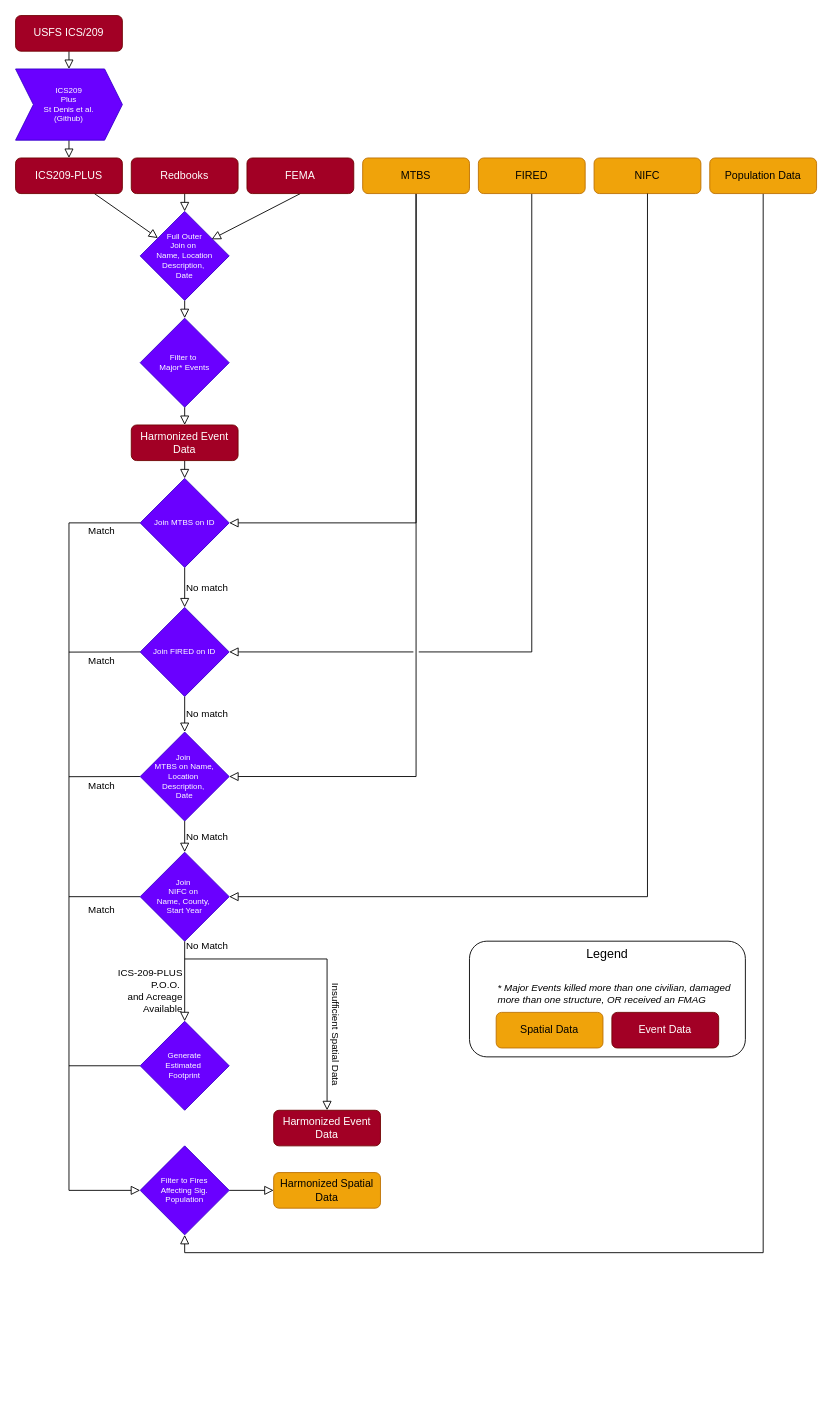
Earlier version of the draw.io diagram docs-site/docs/wildfire_disasters_lite_diagram.drawio (lpiep/wfbz_disasters_lite). Source tidied: cells renumbered, new cells numbered last; positions are measured from the earlier drawing's top-left corner, leaving out a move shared by most shapes. Both pictures are drawn from the tidied source at 89%, with x=0, y=0 at pixel (15, 15).
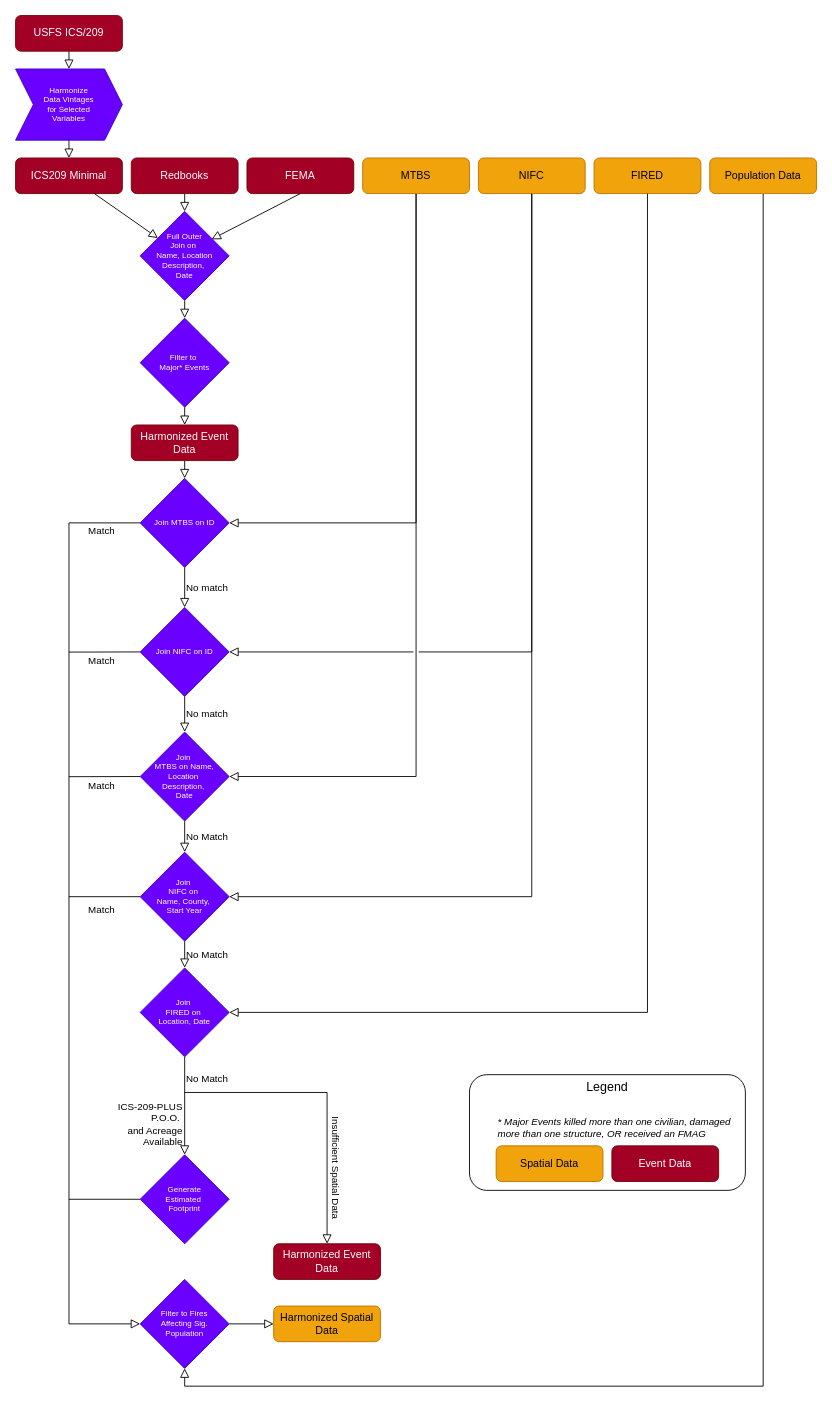
The same page after the edit.

Commit message (it also covers changes not shown here):
standardize individual data set outputs

The change refers to these unchanged cells:
```xml
<mxCell id="25" value="Join MTBS on ID" style="rhombus;whiteSpace=wrap;html=1;fontFamily=Helvetica;fontSize=9;fontColor=#ffffff;labelBackgroundColor=none;fillColor=#6a00ff;strokeColor=#3700CC;" parent="1" vertex="1">
  <mxGeometry x="140" y="520" width="100" height="100" as="geometry" />
</mxCell>
<mxCell id="35" value="Join&amp;nbsp;&lt;div&gt;NIFC on&amp;nbsp;&lt;/div&gt;&lt;div&gt;Name, County,&amp;nbsp;&lt;div style=&quot;font-size: 9px;&quot;&gt;Start Year&lt;/div&gt;&lt;/div&gt;" style="rhombus;whiteSpace=wrap;html=1;fontFamily=Helvetica;fontSize=9;fontColor=#ffffff;labelBackgroundColor=none;fillColor=#6a00ff;strokeColor=#3700CC;" parent="1" vertex="1">
  <mxGeometry x="140" y="940" width="100" height="100" as="geometry" />
</mxCell>
```

The edit, as a diff of the source:
```diff
@@
-    <mxCell id="3" value="ICS209-PLUS" style="rounded=1;whiteSpace=wrap;html=1;fontSize=12;glass=0;strokeWidth=1;shadow=0;fillColor=#a20025;strokeColor=#6F0000;fontColor=#ffffff;" parent="1" vertex="1">
+    <mxCell id="3" value="ICS209 Minimal" style="rounded=1;whiteSpace=wrap;html=1;fontSize=12;glass=0;strokeWidth=1;shadow=0;fillColor=#a20025;strokeColor=#6F0000;fontColor=#ffffff;" parent="1" vertex="1">
       <mxGeometry y="160" width="120" height="40" as="geometry" />
     </mxCell>
@@
-    <mxCell id="12" value="FIRED" style="rounded=1;whiteSpace=wrap;html=1;fontSize=12;glass=0;strokeWidth=1;shadow=0;fillColor=#f0a30a;strokeColor=#BD7000;fontColor=#000000;" parent="1" vertex="1">
+    <mxCell id="12" value="NIFC" style="rounded=1;whiteSpace=wrap;html=1;fontSize=12;glass=0;strokeWidth=1;shadow=0;fillColor=#f0a30a;strokeColor=#BD7000;fontColor=#000000;" parent="1" vertex="1">
       <mxGeometry x="520" y="160" width="120" height="40" as="geometry" />
     </mxCell>
-    <mxCell id="13" value="NIFC" style="rounded=1;whiteSpace=wrap;html=1;fontSize=12;glass=0;strokeWidth=1;shadow=0;fillColor=#f0a30a;strokeColor=#BD7000;fontColor=#000000;" parent="1" vertex="1">
+    <mxCell id="13" value="FIRED" style="rounded=1;whiteSpace=wrap;html=1;fontSize=12;glass=0;strokeWidth=1;shadow=0;fillColor=#f0a30a;strokeColor=#BD7000;fontColor=#000000;" parent="1" vertex="1">
       <mxGeometry x="650" y="160" width="120" height="40" as="geometry" />
     </mxCell>
-    <mxCell id="14" style="rounded=0;html=1;jettySize=auto;fontSize=11;endArrow=block;endFill=0;endSize=8;strokeWidth=1;shadow=0;labelBackgroundColor=none;edgeStyle=orthogonalEdgeStyle;entryX=1;entryY=0.5;entryDx=0;entryDy=0;" parent="1" edge="1" source="13" target="35">
+    <mxCell id="14" style="rounded=0;html=1;jettySize=auto;fontSize=11;endArrow=block;endFill=0;endSize=8;strokeWidth=1;shadow=0;labelBackgroundColor=none;edgeStyle=orthogonalEdgeStyle;entryX=1;entryY=0.5;entryDx=0;entryDy=0;" parent="1" edge="1" source="13" target="60">
       <mxGeometry relative="1" as="geometry">
         <Array as="points">
-          <mxPoint x="710" y="990" />
+          <mxPoint x="710" y="1120" />
         </Array>
       </mxGeometry>
     </mxCell>
@@
-    <mxCell id="18" value="&lt;span style=&quot;font-family: Helvetica; font-size: 9px; font-style: normal; font-variant-ligatures: normal; font-variant-caps: normal; font-weight: 400; letter-spacing: normal; orphans: 2; text-align: center; text-indent: 0px; text-transform: none; widows: 2; word-spacing: 0px; -webkit-text-stroke-width: 0px; white-space: normal; text-decoration-thickness: initial; text-decoration-style: initial; text-decoration-color: initial; float: none; display: inline !important;&quot;&gt;ICS209&lt;/span&gt;&lt;div style=&quot;forced-color-adjust: none; font-family: Helvetica; font-size: 9px; font-style: normal; font-variant-ligatures: normal; font-variant-caps: normal; font-weight: 400; letter-spacing: normal; orphans: 2; text-align: center; text-indent: 0px; text-transform: none; widows: 2; word-spacing: 0px; -webkit-text-stroke-width: 0px; white-space: normal; text-decoration-thickness: initial; text-decoration-style: initial; text-decoration-color: initial;&quot;&gt;Plus&lt;/div&gt;&lt;div style=&quot;forced-color-adjust: none; font-family: Helvetica; font-size: 9px; font-style: normal; font-variant-ligatures: normal; font-variant-caps: normal; font-weight: 400; letter-spacing: normal; orphans: 2; text-align: center; text-indent: 0px; text-transform: none; widows: 2; word-spacing: 0px; -webkit-text-stroke-width: 0px; white-space: normal; text-decoration-thickness: initial; text-decoration-style: initial; text-decoration-color: initial;&quot;&gt;St Denis et al.&lt;/div&gt;(Github)" style="shape=step;perimeter=stepPerimeter;whiteSpace=wrap;html=1;fixedSize=1;fontFamily=Helvetica;fontSize=9;fontColor=#FFFFFF;labelBackgroundColor=none;fillColor=#6a00ff;strokeColor=#3700CC;" parent="1" vertex="1">
+    <mxCell id="18" value="&lt;span style=&quot;font-family: Helvetica; font-size: 9px; font-style: normal; font-variant-ligatures: normal; font-variant-caps: normal; font-weight: 400; letter-spacing: normal; orphans: 2; text-align: center; text-indent: 0px; text-transform: none; widows: 2; word-spacing: 0px; -webkit-text-stroke-width: 0px; white-space: normal; text-decoration-thickness: initial; text-decoration-style: initial; text-decoration-color: initial; float: none; display: inline !important;&quot;&gt;Harmonize&lt;/span&gt;&lt;div style=&quot;forced-color-adjust: none; font-family: Helvetica; font-size: 9px; font-style: normal; font-variant-ligatures: normal; font-variant-caps: normal; font-weight: 400; letter-spacing: normal; orphans: 2; text-align: center; text-indent: 0px; text-transform: none; widows: 2; word-spacing: 0px; -webkit-text-stroke-width: 0px; white-space: normal; text-decoration-thickness: initial; text-decoration-style: initial; text-decoration-color: initial;&quot;&gt;&lt;/div&gt;&lt;div&gt;&lt;span style=&quot;font-family: Helvetica; font-size: 9px; font-style: normal; font-variant-ligatures: normal; font-variant-caps: normal; font-weight: 400; letter-spacing: normal; orphans: 2; text-align: center; text-indent: 0px; text-transform: none; widows: 2; word-spacing: 0px; -webkit-text-stroke-width: 0px; white-space: normal; text-decoration-thickness: initial; text-decoration-style: initial; text-decoration-color: initial; float: none; display: inline !important;&quot;&gt;Data Vintages&lt;/span&gt;&lt;/div&gt;&lt;div&gt;&lt;span style=&quot;font-family: Helvetica; font-size: 9px; font-style: normal; font-variant-ligatures: normal; font-variant-caps: normal; font-weight: 400; letter-spacing: normal; orphans: 2; text-align: center; text-indent: 0px; text-transform: none; widows: 2; word-spacing: 0px; -webkit-text-stroke-width: 0px; white-space: normal; text-decoration-thickness: initial; text-decoration-style: initial; text-decoration-color: initial; float: none; display: inline !important;&quot;&gt;for Selected&lt;/span&gt;&lt;/div&gt;&lt;div&gt;&lt;span style=&quot;font-family: Helvetica; font-size: 9px; font-style: normal; font-variant-ligatures: normal; font-variant-caps: normal; font-weight: 400; letter-spacing: normal; orphans: 2; text-align: center; text-indent: 0px; text-transform: none; widows: 2; word-spacing: 0px; -webkit-text-stroke-width: 0px; white-space: normal; text-decoration-thickness: initial; text-decoration-style: initial; text-decoration-color: initial; float: none; display: inline !important;&quot;&gt;Variables&lt;/span&gt;&lt;/div&gt;" style="shape=step;perimeter=stepPerimeter;whiteSpace=wrap;html=1;fixedSize=1;fontFamily=Helvetica;fontSize=9;fontColor=#FFFFFF;labelBackgroundColor=none;fillColor=#6a00ff;strokeColor=#3700CC;" parent="1" vertex="1">
       <mxGeometry y="60" width="120" height="80" as="geometry" />
     </mxCell>
@@
     <mxCell id="24" style="edgeStyle=orthogonalEdgeStyle;shape=connector;rounded=0;jumpStyle=gap;jettySize=auto;html=1;exitX=0;exitY=0.5;exitDx=0;exitDy=0;entryX=0;entryY=0.5;entryDx=0;entryDy=0;shadow=0;strokeColor=default;strokeWidth=1;align=left;verticalAlign=middle;fontFamily=Helvetica;fontSize=11;fontColor=default;labelBackgroundColor=none;endArrow=block;endFill=0;endSize=8;" parent="1" edge="1" source="25" target="49">
       <mxGeometry relative="1" as="geometry">
         <Array as="points">
           <mxPoint x="60" y="570" />
-          <mxPoint x="60" y="1320" />
+          <mxPoint x="60" y="1470" />
         </Array>
       </mxGeometry>
     </mxCell>
@@
-    <mxCell id="28" value="Join FIRED on ID" style="rhombus;whiteSpace=wrap;html=1;fontFamily=Helvetica;fontSize=9;fontColor=#ffffff;labelBackgroundColor=none;fillColor=#6a00ff;strokeColor=#3700CC;" parent="1" vertex="1">
+    <mxCell id="28" value="Join NIFC on ID" style="rhombus;whiteSpace=wrap;html=1;fontFamily=Helvetica;fontSize=9;fontColor=#ffffff;labelBackgroundColor=none;fillColor=#6a00ff;strokeColor=#3700CC;" parent="1" vertex="1">
       <mxGeometry x="140" y="665" width="100" height="100" as="geometry" />
     </mxCell>
@@
-    <mxCell id="32" style="edgeStyle=orthogonalEdgeStyle;shape=connector;rounded=0;jumpStyle=gap;jettySize=auto;html=1;exitX=0.5;exitY=1;exitDx=0;exitDy=0;shadow=0;strokeColor=default;strokeWidth=1;align=left;verticalAlign=middle;fontFamily=Helvetica;fontSize=11;fontColor=default;labelBackgroundColor=none;endArrow=block;endFill=0;endSize=8;entryX=0.5;entryY=0;entryDx=0;entryDy=0;" parent="1" edge="1" source="35" target="37">
-      <mxGeometry relative="1" as="geometry">
-        <Array as="points">
-          <mxPoint x="190" y="1100" />
-          <mxPoint x="190" y="1100" />
-        </Array>
-      </mxGeometry>
+    <mxCell id="32" style="edgeStyle=orthogonalEdgeStyle;shape=connector;rounded=0;jumpStyle=gap;jettySize=auto;html=1;exitX=0.5;exitY=1;exitDx=0;exitDy=0;shadow=0;strokeColor=default;strokeWidth=1;align=left;verticalAlign=middle;fontFamily=Helvetica;fontSize=11;fontColor=default;labelBackgroundColor=none;endArrow=block;endFill=0;endSize=8;entryX=0.5;entryY=0;entryDx=0;entryDy=0;" parent="1" edge="1" source="60" target="37">
+      <mxGeometry relative="1" as="geometry" />
     </mxCell>
     <mxCell id="33" style="edgeStyle=orthogonalEdgeStyle;shape=connector;rounded=0;jumpStyle=gap;jettySize=auto;html=1;shadow=0;strokeColor=default;strokeWidth=1;align=left;verticalAlign=middle;fontFamily=Helvetica;fontSize=11;fontColor=default;labelBackgroundColor=none;endArrow=block;endFill=0;endSize=8;entryX=0.5;entryY=0;entryDx=0;entryDy=0;" parent="1" edge="1" target="47">
       <mxGeometry relative="1" as="geometry">
-        <mxPoint x="190" y="1060" as="sourcePoint" />
+        <mxPoint x="190" y="1210" as="sourcePoint" />
         <Array as="points">
-          <mxPoint x="350" y="1060" />
+          <mxPoint x="350" y="1210" />
         </Array>
       </mxGeometry>
     </mxCell>
@@
     <mxCell id="36" style="edgeStyle=orthogonalEdgeStyle;shape=connector;rounded=0;jumpStyle=gap;jettySize=auto;html=1;exitX=0;exitY=0.5;exitDx=0;exitDy=0;shadow=0;strokeColor=default;strokeWidth=1;align=left;verticalAlign=middle;fontFamily=Helvetica;fontSize=11;fontColor=default;labelBackgroundColor=none;endArrow=none;endFill=0;endSize=8;" parent="1" edge="1" source="37">
       <mxGeometry relative="1" as="geometry">
-        <mxPoint x="60" y="1180" as="targetPoint" />
+        <mxPoint x="60" y="1330" as="targetPoint" />
       </mxGeometry>
     </mxCell>
     <mxCell id="37" value="Generate&lt;div style=&quot;font-size: 9px;&quot;&gt;Estimated&amp;nbsp;&lt;/div&gt;&lt;div style=&quot;font-size: 9px;&quot;&gt;Footprint&lt;/div&gt;" style="rhombus;whiteSpace=wrap;html=1;fontFamily=Helvetica;fontSize=9;fontColor=#ffffff;labelBackgroundColor=none;fillColor=#6a00ff;strokeColor=#3700CC;" parent="1" vertex="1">
-      <mxGeometry x="140" y="1130" width="100" height="100" as="geometry" />
+      <mxGeometry x="140" y="1280" width="100" height="100" as="geometry" />
     </mxCell>
     <mxCell id="38" value="No Match" style="text;html=1;align=left;verticalAlign=middle;whiteSpace=wrap;rounded=0;fontFamily=Helvetica;fontSize=11;fontColor=default;labelBackgroundColor=none;" parent="1" vertex="1">
-      <mxGeometry x="190" y="1030" width="60" height="30" as="geometry" />
+      <mxGeometry x="190" y="1180" width="60" height="30" as="geometry" />
     </mxCell>
     <mxCell id="39" value="ICS-209-PLUS P.O.O.&amp;nbsp;&lt;div&gt;and Acreage Available&lt;/div&gt;" style="text;html=1;align=right;verticalAlign=middle;whiteSpace=wrap;rounded=0;fontFamily=Helvetica;fontSize=11;fontColor=default;labelBackgroundColor=none;" parent="1" vertex="1">
-      <mxGeometry x="90" y="1070" width="100" height="51" as="geometry" />
+      <mxGeometry x="90" y="1220" width="100" height="51" as="geometry" />
     </mxCell>
     <mxCell id="40" value="Insufficient Spatial Data" style="text;html=1;align=center;verticalAlign=middle;whiteSpace=wrap;rounded=0;fontFamily=Helvetica;fontSize=11;fontColor=default;labelBackgroundColor=none;rotation=90;" parent="1" vertex="1">
-      <mxGeometry x="290" y="1130" width="140" height="30" as="geometry" />
+      <mxGeometry x="290" y="1280" width="140" height="30" as="geometry" />
     </mxCell>
@@
     <mxCell id="47" value="Harmonized Event Data" style="rounded=1;whiteSpace=wrap;html=1;fontSize=12;glass=0;strokeWidth=1;shadow=0;fillColor=#a20025;strokeColor=#6F0000;fontColor=#ffffff;" parent="1" vertex="1">
-      <mxGeometry x="290" y="1230" width="120" height="40" as="geometry" />
+      <mxGeometry x="290" y="1380" width="120" height="40" as="geometry" />
     </mxCell>
@@
     <mxCell id="49" value="Filter to Fires&lt;div&gt;Affecting Sig.&lt;/div&gt;&lt;div&gt;Population&lt;/div&gt;" style="rhombus;whiteSpace=wrap;html=1;fontFamily=Helvetica;fontSize=9;fontColor=#ffffff;labelBackgroundColor=none;fillColor=#6a00ff;strokeColor=#3700CC;" parent="1" vertex="1">
-      <mxGeometry x="140" y="1270" width="100" height="100" as="geometry" />
+      <mxGeometry x="140" y="1420" width="100" height="100" as="geometry" />
     </mxCell>
@@
     <mxCell id="52" value="Harmonized Spatial Data" style="rounded=1;whiteSpace=wrap;html=1;fontSize=12;glass=0;strokeWidth=1;shadow=0;fillColor=#f0a30a;strokeColor=#BD7000;fontColor=#000000;" parent="1" vertex="1">
-      <mxGeometry x="290" y="1300" width="120" height="40" as="geometry" />
+      <mxGeometry x="290" y="1450" width="120" height="40" as="geometry" />
     </mxCell>
     <mxCell id="53" style="rounded=1;whiteSpace=wrap;html=1;fontFamily=Helvetica;fontSize=11;fontColor=default;labelBackgroundColor=none;" parent="1" vertex="1">
-      <mxGeometry x="510" y="1040" width="310" height="130" as="geometry" />
+      <mxGeometry x="510" y="1190" width="310" height="130" as="geometry" />
     </mxCell>
     <mxCell id="54" style="group;" parent="1" vertex="1">
-      <mxGeometry x="540" y="1080" width="280" height="80" as="geometry" />
+      <mxGeometry x="540" y="1230" width="280" height="80" as="geometry" />
     </mxCell>
@@
     <mxCell id="58" value="Legend" style="text;html=1;align=center;verticalAlign=middle;whiteSpace=wrap;rounded=0;fontFamily=Helvetica;fontSize=14;fontColor=default;labelBackgroundColor=none;" parent="1" vertex="1">
-      <mxGeometry x="635" y="1039" width="60" height="30" as="geometry" />
+      <mxGeometry x="635" y="1189" width="60" height="30" as="geometry" />
     </mxCell>
+    <mxCell id="59" style="rounded=0;html=1;jettySize=auto;orthogonalLoop=1;fontSize=11;endArrow=block;endFill=0;endSize=8;strokeWidth=1;shadow=0;labelBackgroundColor=none;edgeStyle=orthogonalEdgeStyle;jumpStyle=gap;" parent="1" edge="1">
+      <mxGeometry relative="1" as="geometry">
+        <mxPoint x="580" y="200" as="sourcePoint" />
+        <mxPoint x="240" y="990" as="targetPoint" />
+        <Array as="points">
+          <mxPoint x="580" y="990" />
+        </Array>
+      </mxGeometry>
+    </mxCell>
+    <mxCell id="60" value="Join&amp;nbsp;&lt;div&gt;FIRED on&amp;nbsp;&lt;/div&gt;&lt;div&gt;Location, Date&lt;/div&gt;" style="rhombus;whiteSpace=wrap;html=1;fontFamily=Helvetica;fontSize=9;fontColor=#ffffff;labelBackgroundColor=none;fillColor=#6a00ff;strokeColor=#3700CC;" parent="1" vertex="1">
+      <mxGeometry x="140" y="1070" width="100" height="100" as="geometry" />
+    </mxCell>
+    <mxCell id="61" value="No Match" style="edgeStyle=orthogonalEdgeStyle;shape=connector;rounded=0;jumpStyle=gap;orthogonalLoop=1;jettySize=auto;html=1;shadow=0;strokeColor=default;strokeWidth=1;align=left;verticalAlign=middle;fontFamily=Helvetica;fontSize=11;fontColor=default;labelBackgroundColor=none;endArrow=block;endFill=0;endSize=8;" parent="1" edge="1">
+      <mxGeometry relative="1" as="geometry">
+        <mxPoint x="190" y="1040" as="sourcePoint" />
+        <mxPoint x="190" y="1070" as="targetPoint" />
+      </mxGeometry>
+    </mxCell>
```
